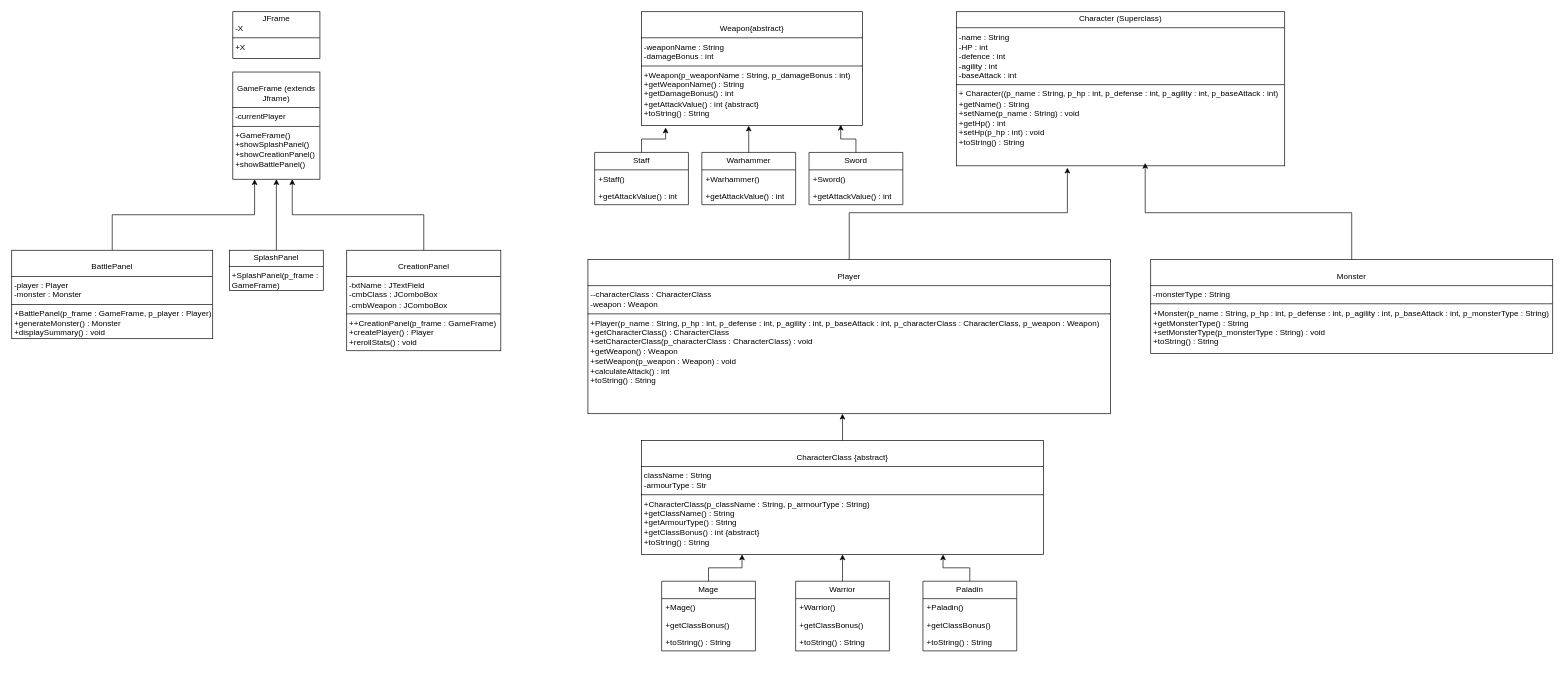
Before: Uml_Assignment3.drawio in JamesLouisCassells/Prog1400-Assignment3, a draw.io diagram. Source tidied: cells renumbered, new cells numbered last; positions are measured from the earlier drawing's top-left corner, leaving out a move shared by most shapes. Both pictures are drawn from the tidied source at 67%, with x=0, y=0 at pixel (11, 11).
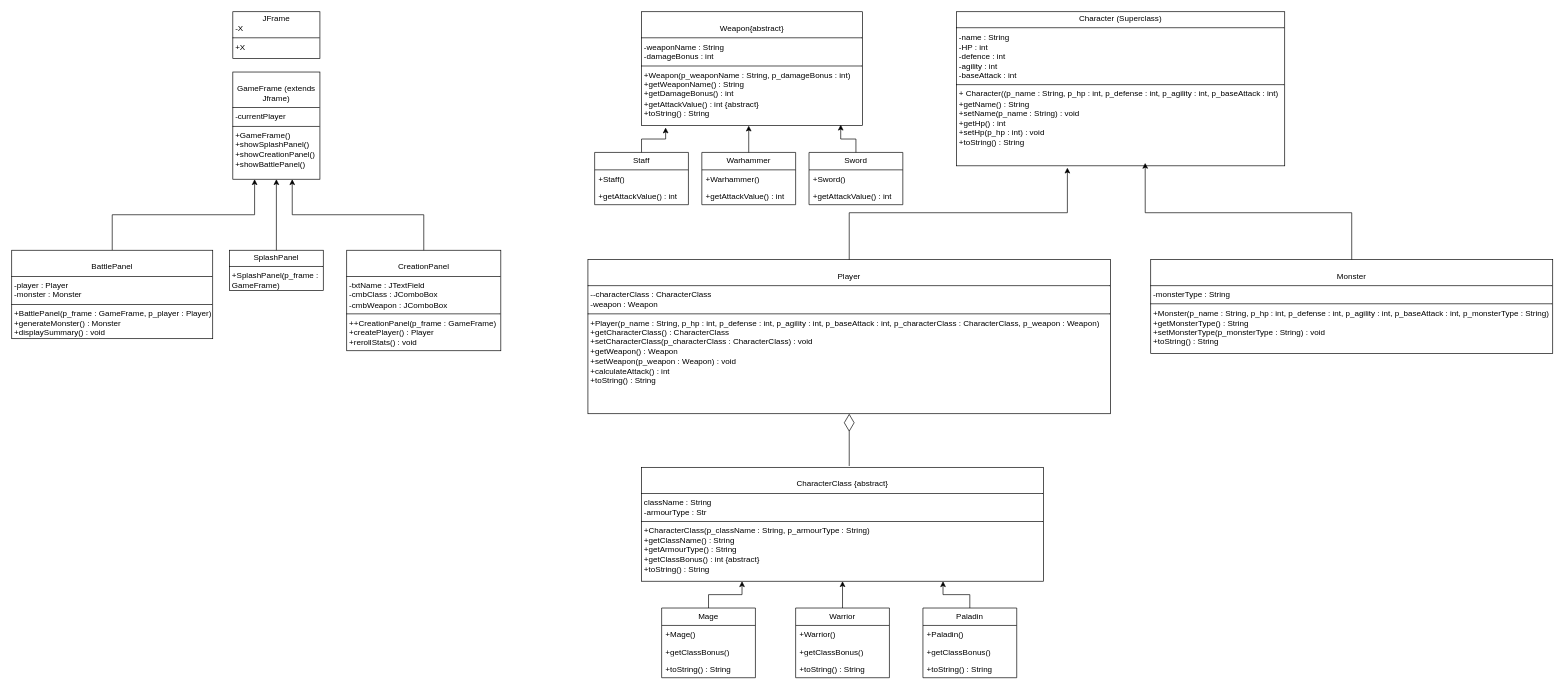
The same page after the edit.

Unchanged cells that the change refers to:
```xml
<mxCell id="10" value="&lt;p style=&quot;margin:0px;margin-top:4px;text-align:center;&quot;&gt;&lt;br&gt;Player&lt;/p&gt;&lt;hr size=&quot;1&quot; style=&quot;border-style:solid;&quot;&gt;&lt;p style=&quot;margin:0px;margin-left:4px;&quot;&gt;--characterClass : CharacterClass&lt;br&gt;&lt;/p&gt;&lt;p style=&quot;margin:0px;margin-left:4px;&quot;&gt;-weapon : Weapon&lt;/p&gt;&lt;hr size=&quot;1&quot; style=&quot;border-style:solid;&quot;&gt;&lt;p style=&quot;margin:0px;margin-left:4px;&quot;&gt;+Player(p_name : String, p_hp : int, p_defense : int, p_agility : int, p_baseAttack : int, p_characterClass : CharacterClass, p_weapon : Weapon)&lt;/p&gt;&lt;p style=&quot;margin:0px;margin-left:4px;&quot;&gt;+getCharacterClass() : CharacterClass&lt;/p&gt;&lt;p style=&quot;margin:0px;margin-left:4px;&quot;&gt;+setCharacterClass(p_characterClass : CharacterClass) : void&lt;/p&gt;&lt;p style=&quot;margin:0px;margin-left:4px;&quot;&gt;+getWeapon() : Weapon&lt;/p&gt;&lt;p style=&quot;margin:0px;margin-left:4px;&quot;&gt;+setWeapon(p_weapon : Weapon) : void&lt;/p&gt;&lt;p style=&quot;margin:0px;margin-left:4px;&quot;&gt;+calculateAttack() : int&lt;/p&gt;&lt;p style=&quot;margin:0px;margin-left:4px;&quot;&gt;+toString() : String&lt;/p&gt;" style="verticalAlign=top;align=left;overflow=fill;html=1;whiteSpace=wrap;" parent="1" vertex="1">
  <mxGeometry x="860" y="370" width="780" height="230" as="geometry" />
</mxCell>
```

Diff of the diagram source:
```diff
@@
     <mxCell id="2" value="Mage" style="swimlane;fontStyle=0;horizontal=1;startSize=26;fillColor=none;whiteSpace=wrap;html=1;" parent="1" vertex="1">
-      <mxGeometry x="970" y="850" width="140" height="104" as="geometry" />
+      <mxGeometry x="970" y="890" width="140" height="104" as="geometry" />
     </mxCell>
@@
     <mxCell id="12" value="&lt;p style=&quot;margin:0px;margin-top:4px;text-align:center;&quot;&gt;&lt;br&gt;&lt;span style=&quot;background-color: transparent; color: light-dark(rgb(0, 0, 0), rgb(255, 255, 255));&quot;&gt;CharacterClass {abstract}&lt;/span&gt;&lt;/p&gt;&lt;hr size=&quot;1&quot; style=&quot;border-style:solid;&quot;&gt;&lt;p style=&quot;margin: 0px 0px 0px 4px;&quot;&gt;className : String&lt;br&gt;&lt;/p&gt;&lt;p style=&quot;margin: 0px 0px 0px 4px;&quot;&gt;-armourType : Str&lt;/p&gt;&lt;hr size=&quot;1&quot; style=&quot;border-style:solid;&quot;&gt;&lt;p style=&quot;margin:0px;margin-left:4px;&quot;&gt;+CharacterClass(p_className : String, p_armourType : String)&lt;/p&gt;&lt;p style=&quot;margin:0px;margin-left:4px;&quot;&gt;+getClassName() : String&lt;/p&gt;&lt;p style=&quot;margin:0px;margin-left:4px;&quot;&gt;+getArmourType() : String&lt;/p&gt;&lt;p style=&quot;margin:0px;margin-left:4px;&quot;&gt;+getClassBonus() : int {abstract}&lt;/p&gt;&lt;p style=&quot;margin:0px;margin-left:4px;&quot;&gt;+toString() : String&lt;/p&gt;" style="verticalAlign=top;align=left;overflow=fill;html=1;whiteSpace=wrap;" parent="1" vertex="1">
-      <mxGeometry x="940" y="640" width="600" height="170" as="geometry" />
+      <mxGeometry x="940" y="680" width="600" height="170" as="geometry" />
     </mxCell>
@@
     <mxCell id="14" value="Warrior" style="swimlane;fontStyle=0;horizontal=1;startSize=26;fillColor=none;whiteSpace=wrap;html=1;" parent="1" vertex="1">
-      <mxGeometry x="1170" y="850" width="140" height="104" as="geometry" />
+      <mxGeometry x="1170" y="890" width="140" height="104" as="geometry" />
     </mxCell>
@@
     <mxCell id="18" value="Paladin" style="swimlane;fontStyle=0;horizontal=1;startSize=26;fillColor=none;whiteSpace=wrap;html=1;" parent="1" vertex="1">
-      <mxGeometry x="1360" y="850" width="140" height="104" as="geometry" />
+      <mxGeometry x="1360" y="890" width="140" height="104" as="geometry" />
     </mxCell>
@@
-    <mxCell id="29" style="edgeStyle=orthogonalEdgeStyle;rounded=0;jettySize=auto;html=1;entryX=0.487;entryY=1;entryDx=0;entryDy=0;entryPerimeter=0;" parent="1" edge="1" source="12" target="10">
-      <mxGeometry relative="1" as="geometry" />
-    </mxCell>
@@
+    <mxCell id="45" style="endArrow=diamondThin;endFill=0;endSize=24;html=1;rounded=0;entryX=0.5;entryY=1;entryDx=0;entryDy=0;" parent="1" edge="1" target="10">
+      <mxGeometry relative="1" as="geometry">
+        <mxPoint x="1250" y="678" as="sourcePoint" />
+      </mxGeometry>
+    </mxCell>
```
